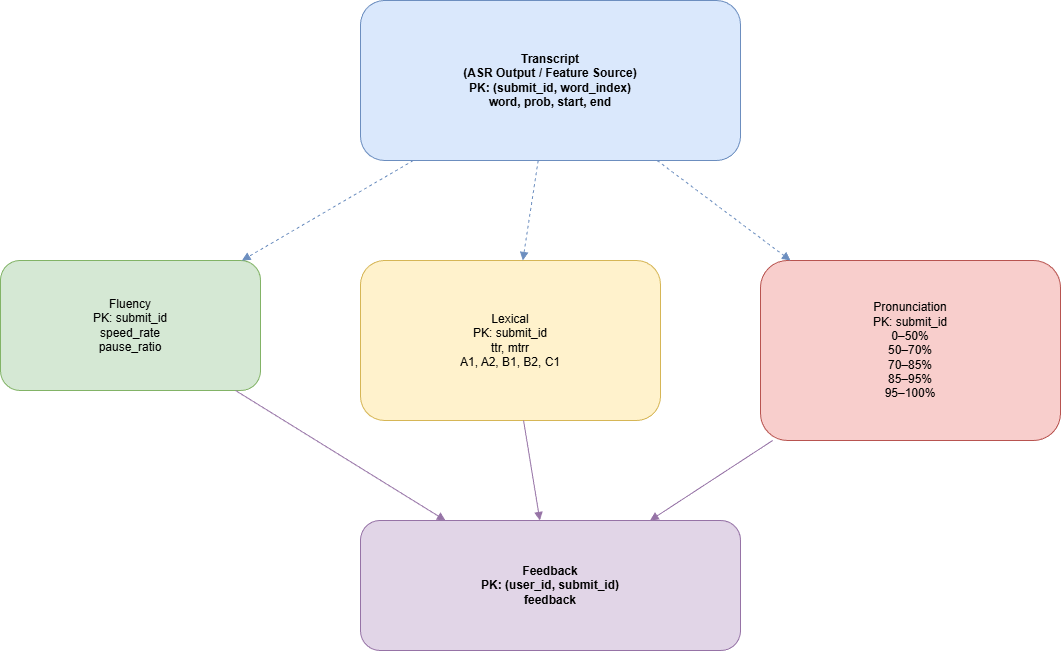
Earlier version of the draw.io export DB.drawio.png (truongtop14/AutoFeedbackForSpeaking). Source tidied: cells renumbered, new cells last; positions are measured from the earlier drawing's top-left corner, leaving out a move shared by most shapes. Source of this version:
```xml
<mxGraphModel>
  <root>
    <mxCell id="0" />
    <mxCell id="1" parent="0" />
    <mxCell id="2" value="Transcript&#10;(ASR Output / Feature Source)&#10;PK: (submit_id, word_index)&#10;word, prob, start, end" style="rounded=1;whiteSpace=wrap;html=1;fillColor=#dae8fc;strokeColor=#6c8ebf;fontStyle=1;" parent="1" vertex="1">
      <mxGeometry x="360" width="380" height="160" as="geometry" />
    </mxCell>
    <mxCell id="3" value="Fluency&#10;PK: submit_id&#10;speed_rate&#10;pause_ratio" style="rounded=1;whiteSpace=wrap;html=1;fillColor=#d5e8d4;strokeColor=#82b366;" parent="1" vertex="1">
      <mxGeometry y="260" width="260" height="130" as="geometry" />
    </mxCell>
    <mxCell id="4" value="Lexical&#10;PK: submit_id&#10;ttr, mtrr&#10;A1, A2, B1, B2, C1" style="rounded=1;whiteSpace=wrap;html=1;fillColor=#fff2cc;strokeColor=#d6b656;" parent="1" vertex="1">
      <mxGeometry x="360" y="260" width="300" height="160" as="geometry" />
    </mxCell>
    <mxCell id="5" value="Pronunciation&#10;PK: submit_id&#10;0–50%&#10;50–70%&#10;70–85%&#10;85–95%&#10;95–100%" style="rounded=1;whiteSpace=wrap;html=1;fillColor=#f8cecc;strokeColor=#b85450;" parent="1" vertex="1">
      <mxGeometry x="760" y="260" width="300" height="180" as="geometry" />
    </mxCell>
    <mxCell id="6" value="Feedback&#10;PK: (user_id, submit_id)&#10;feedback" style="rounded=1;whiteSpace=wrap;html=1;fillColor=#e1d5e7;strokeColor=#9673a6;fontStyle=1;" parent="1" vertex="1">
      <mxGeometry x="360" y="520" width="380" height="130" as="geometry" />
    </mxCell>
    <mxCell id="7" style="dashed=1;endArrow=block;html=1;strokeColor=#6c8ebf;" parent="1" edge="1" source="2" target="3">
      <mxGeometry relative="1" as="geometry" />
    </mxCell>
    <mxCell id="8" style="dashed=1;endArrow=block;html=1;strokeColor=#6c8ebf;" parent="1" edge="1" source="2" target="4">
      <mxGeometry relative="1" as="geometry" />
    </mxCell>
    <mxCell id="9" style="dashed=1;endArrow=block;html=1;strokeColor=#6c8ebf;" parent="1" edge="1" source="2" target="5">
      <mxGeometry relative="1" as="geometry" />
    </mxCell>
    <mxCell id="10" style="endArrow=block;html=1;strokeColor=#9673a6;" parent="1" edge="1" source="3" target="6">
      <mxGeometry relative="1" as="geometry" />
    </mxCell>
    <mxCell id="11" style="endArrow=block;html=1;strokeColor=#9673a6;" parent="1" edge="1" source="4" target="6">
      <mxGeometry relative="1" as="geometry" />
    </mxCell>
    <mxCell id="12" style="endArrow=block;html=1;strokeColor=#9673a6;" parent="1" edge="1" source="5" target="6">
      <mxGeometry relative="1" as="geometry" />
    </mxCell>
  </root>
</mxGraphModel>
```
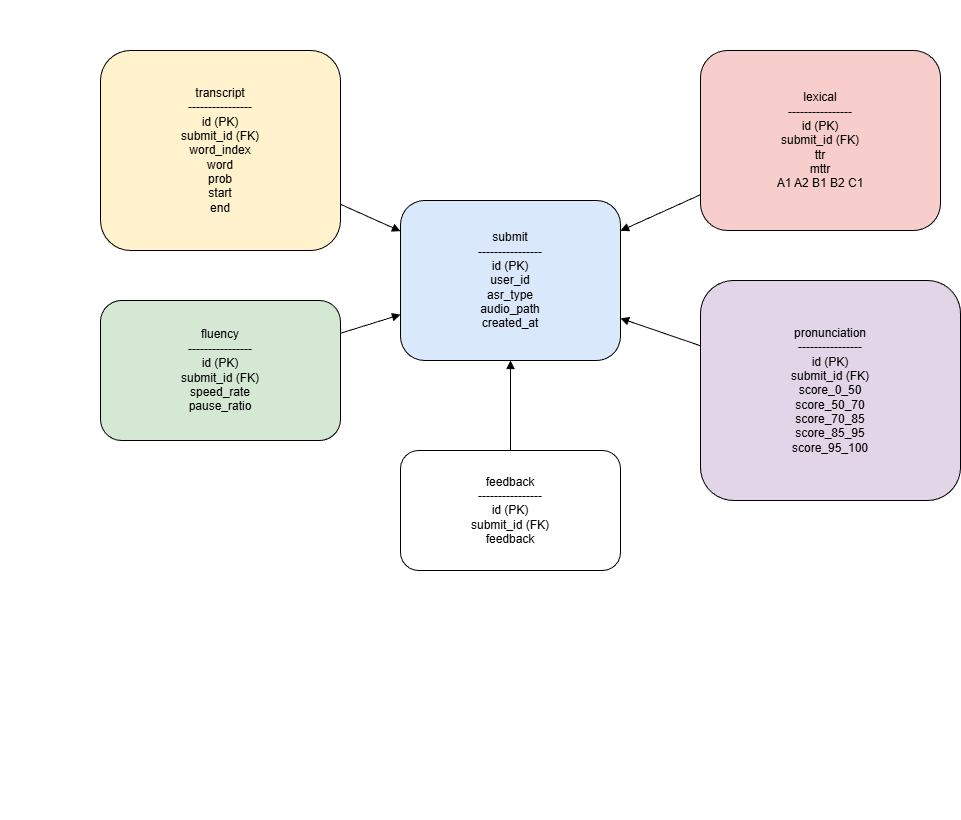
Above is the later version.

The edit, as a diff of the source:
```diff
@@ -2,38 +2,47 @@
   <root>
     <mxCell id="0" />
     <mxCell id="1" parent="0" />
-    <mxCell id="2" value="Transcript&#10;(ASR Output / Feature Source)&#10;PK: (submit_id, word_index)&#10;word, prob, start, end" style="rounded=1;whiteSpace=wrap;html=1;fillColor=#dae8fc;strokeColor=#6c8ebf;fontStyle=1;" parent="1" vertex="1">
-      <mxGeometry x="360" width="380" height="160" as="geometry" />
-    </mxCell>
-    <mxCell id="3" value="Fluency&#10;PK: submit_id&#10;speed_rate&#10;pause_ratio" style="rounded=1;whiteSpace=wrap;html=1;fillColor=#d5e8d4;strokeColor=#82b366;" parent="1" vertex="1">
-      <mxGeometry y="260" width="260" height="130" as="geometry" />
-    </mxCell>
-    <mxCell id="4" value="Lexical&#10;PK: submit_id&#10;ttr, mtrr&#10;A1, A2, B1, B2, C1" style="rounded=1;whiteSpace=wrap;html=1;fillColor=#fff2cc;strokeColor=#d6b656;" parent="1" vertex="1">
-      <mxGeometry x="360" y="260" width="300" height="160" as="geometry" />
-    </mxCell>
-    <mxCell id="5" value="Pronunciation&#10;PK: submit_id&#10;0–50%&#10;50–70%&#10;70–85%&#10;85–95%&#10;95–100%" style="rounded=1;whiteSpace=wrap;html=1;fillColor=#f8cecc;strokeColor=#b85450;" parent="1" vertex="1">
-      <mxGeometry x="760" y="260" width="300" height="180" as="geometry" />
-    </mxCell>
-    <mxCell id="6" value="Feedback&#10;PK: (user_id, submit_id)&#10;feedback" style="rounded=1;whiteSpace=wrap;html=1;fillColor=#e1d5e7;strokeColor=#9673a6;fontStyle=1;" parent="1" vertex="1">
-      <mxGeometry x="360" y="520" width="380" height="130" as="geometry" />
-    </mxCell>
-    <mxCell id="7" style="dashed=1;endArrow=block;html=1;strokeColor=#6c8ebf;" parent="1" edge="1" source="2" target="3">
-      <mxGeometry relative="1" as="geometry" />
-    </mxCell>
-    <mxCell id="8" style="dashed=1;endArrow=block;html=1;strokeColor=#6c8ebf;" parent="1" edge="1" source="2" target="4">
-      <mxGeometry relative="1" as="geometry" />
-    </mxCell>
-    <mxCell id="9" style="dashed=1;endArrow=block;html=1;strokeColor=#6c8ebf;" parent="1" edge="1" source="2" target="5">
-      <mxGeometry relative="1" as="geometry" />
-    </mxCell>
-    <mxCell id="10" style="endArrow=block;html=1;strokeColor=#9673a6;" parent="1" edge="1" source="3" target="6">
-      <mxGeometry relative="1" as="geometry" />
-    </mxCell>
-    <mxCell id="11" style="endArrow=block;html=1;strokeColor=#9673a6;" parent="1" edge="1" source="4" target="6">
-      <mxGeometry relative="1" as="geometry" />
-    </mxCell>
-    <mxCell id="12" style="endArrow=block;html=1;strokeColor=#9673a6;" parent="1" edge="1" source="5" target="6">
-      <mxGeometry relative="1" as="geometry" />
-    </mxCell>
+    <mxCell id="13" value="&#10;&#10;    &#10;        &#10;        &#10;        &#10;        &#10;    &lt;table&gt;&#10;        &lt;/table&gt;&#10;&#10;    &#10;        &#10;        &#10;        &#10;        &#10;        &#10;        &#10;    &lt;table name=&quot;transcript&quot;&gt;&#10;        &lt;/table&gt;&#10;&#10;    &#10;        &#10;        &#10;        &#10;    &lt;table name=&quot;fluency&quot;&gt;&#10;        &lt;/table&gt;&#10;&#10;    &#10;        &#10;        &#10;        &#10;        &#10;        &#10;        &#10;        &#10;        &#10;    &lt;table name=&quot;lexical&quot;&gt;&#10;        &lt;/table&gt;&#10;&#10;    &#10;        &#10;        &#10;        &#10;        &#10;        &#10;        &#10;    &lt;table name=&quot;pronunciation&quot;&gt;&#10;        &lt;/table&gt;&#10;&#10;    &#10;        &#10;        &#10;    &lt;table name=&quot;feedback&quot;&gt;&#10;        &lt;/table&gt;&#10;&#10;" style="text;whiteSpace=wrap;html=1;" parent="1" vertex="1">
+      <mxGeometry x="-140" y="-40" width="340" height="820" as="geometry" />
+    </mxCell>
+    <mxCell id="14" value="&#10;&#10;    &#10;        &#10;        &#10;        &#10;        &#10;    &lt;table&gt;&#10;        &lt;/table&gt;&#10;&#10;    &#10;        &#10;        &#10;        &#10;        &#10;        &#10;        &#10;    &lt;table name=&quot;transcript&quot;&gt;&#10;        &lt;/table&gt;&#10;&#10;    &#10;        &#10;        &#10;        &#10;    &lt;table name=&quot;fluency&quot;&gt;&#10;        &lt;/table&gt;&#10;&#10;    &#10;        &#10;        &#10;        &#10;        &#10;        &#10;        &#10;        &#10;        &#10;    &lt;table name=&quot;lexical&quot;&gt;&#10;        &lt;/table&gt;&#10;&#10;    &#10;        &#10;        &#10;        &#10;        &#10;        &#10;        &#10;    &lt;table name=&quot;pronunciation&quot;&gt;&#10;        &lt;/table&gt;&#10;&#10;    &#10;        &#10;        &#10;    &lt;table name=&quot;feedback&quot;&gt;&#10;        &lt;/table&gt;&#10;&#10;" style="text;whiteSpace=wrap;html=1;" parent="1" vertex="1">
+      <mxGeometry x="-140" y="-40" width="400" height="820" as="geometry" />
+    </mxCell>
+    <mxCell id="15" value="&#10;&#10;    &#10;        &#10;        &#10;        &#10;        &#10;    &lt;table&gt;&#10;        &lt;/table&gt;&#10;&#10;    &#10;        &#10;        &#10;        &#10;        &#10;        &#10;        &#10;    &lt;table name=&quot;transcript&quot;&gt;&#10;        &lt;/table&gt;&#10;&#10;    &#10;        &#10;        &#10;        &#10;    &lt;table name=&quot;fluency&quot;&gt;&#10;        &lt;/table&gt;&#10;&#10;    &#10;        &#10;        &#10;        &#10;        &#10;        &#10;        &#10;        &#10;        &#10;    &lt;table name=&quot;lexical&quot;&gt;&#10;        &lt;/table&gt;&#10;&#10;    &#10;        &#10;        &#10;        &#10;        &#10;        &#10;        &#10;    &lt;table name=&quot;pronunciation&quot;&gt;&#10;        &lt;/table&gt;&#10;&#10;    &#10;        &#10;        &#10;    &lt;table name=&quot;feedback&quot;&gt;&#10;        &lt;/table&gt;&#10;&#10;" style="text;whiteSpace=wrap;html=1;" parent="1" vertex="1">
+      <mxGeometry x="-140" y="-40" width="40" height="820" as="geometry" />
+    </mxCell>
+    <mxCell id="16" value="submit&#10;----------------&#10;id (PK)&#10;user_id&#10;asr_type&#10;audio_path&#10;created_at" style="rounded=1;whiteSpace=wrap;html=1;fillColor=#dae8fc;" parent="1" vertex="1">
+      <mxGeometry x="260" y="160" width="220" height="160" as="geometry" />
+    </mxCell>
+    <mxCell id="17" value="transcript&#10;----------------&#10;id (PK)&#10;submit_id (FK)&#10;word_index&#10;word&#10;prob&#10;start&#10;end" style="rounded=1;whiteSpace=wrap;html=1;fillColor=#fff2cc;" parent="1" vertex="1">
+      <mxGeometry x="-40" y="10" width="240" height="200" as="geometry" />
+    </mxCell>
+    <mxCell id="18" value="fluency&#10;----------------&#10;id (PK)&#10;submit_id (FK)&#10;speed_rate&#10;pause_ratio" style="rounded=1;whiteSpace=wrap;html=1;fillColor=#d5e8d4;" parent="1" vertex="1">
+      <mxGeometry x="-40" y="260" width="240" height="140" as="geometry" />
+    </mxCell>
+    <mxCell id="19" value="lexical&#10;----------------&#10;id (PK)&#10;submit_id (FK)&#10;ttr&#10;mttr&#10;A1 A2 B1 B2 C1" style="rounded=1;whiteSpace=wrap;html=1;fillColor=#f8cecc;" parent="1" vertex="1">
+      <mxGeometry x="560" y="10" width="240" height="180" as="geometry" />
+    </mxCell>
+    <mxCell id="20" value="pronunciation&#10;----------------&#10;id (PK)&#10;submit_id (FK)&#10;score_0_50&#10;score_50_70&#10;score_70_85&#10;score_85_95&#10;score_95_100" style="rounded=1;whiteSpace=wrap;html=1;fillColor=#e1d5e7;" parent="1" vertex="1">
+      <mxGeometry x="560" y="240" width="260" height="220" as="geometry" />
+    </mxCell>
+    <mxCell id="21" value="feedback&#10;----------------&#10;id (PK)&#10;submit_id (FK)&#10;feedback" style="rounded=1;whiteSpace=wrap;html=1;fillColor=#fff;" parent="1" vertex="1">
+      <mxGeometry x="260" y="410" width="220" height="120" as="geometry" />
+    </mxCell>
+    <mxCell id="22" style="endArrow=block;" parent="1" edge="1" source="17" target="16">
+      <mxGeometry relative="1" as="geometry" />
+    </mxCell>
+    <mxCell id="23" style="endArrow=block;" parent="1" edge="1" source="18" target="16">
+      <mxGeometry relative="1" as="geometry" />
+    </mxCell>
+    <mxCell id="24" style="endArrow=block;" parent="1" edge="1" source="19" target="16">
+      <mxGeometry relative="1" as="geometry" />
+    </mxCell>
+    <mxCell id="25" style="endArrow=block;" parent="1" edge="1" source="20" target="16">
+      <mxGeometry relative="1" as="geometry" />
+    </mxCell>
+    <mxCell id="26" style="endArrow=block;" parent="1" edge="1" source="21" target="16">
+      <mxGeometry relative="1" as="geometry" />
+    </mxCell>
   </root>
 </mxGraphModel>
```
